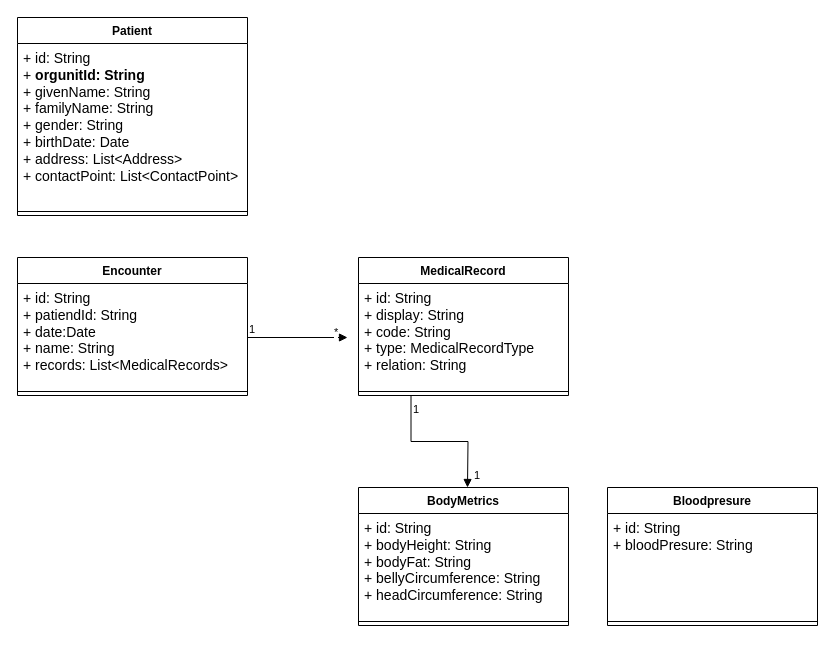
Above: doc/diagrams/Datamodel.drawio in goafabric/core-service (draw.io), before the change. Source tidied: cells renumbered, new cells numbered last; positions are measured from the earlier drawing's top-left corner, leaving out a move shared by most shapes. Both pictures are drawn from the tidied source at 100%, with x=0, y=0 at pixel (17, 17).
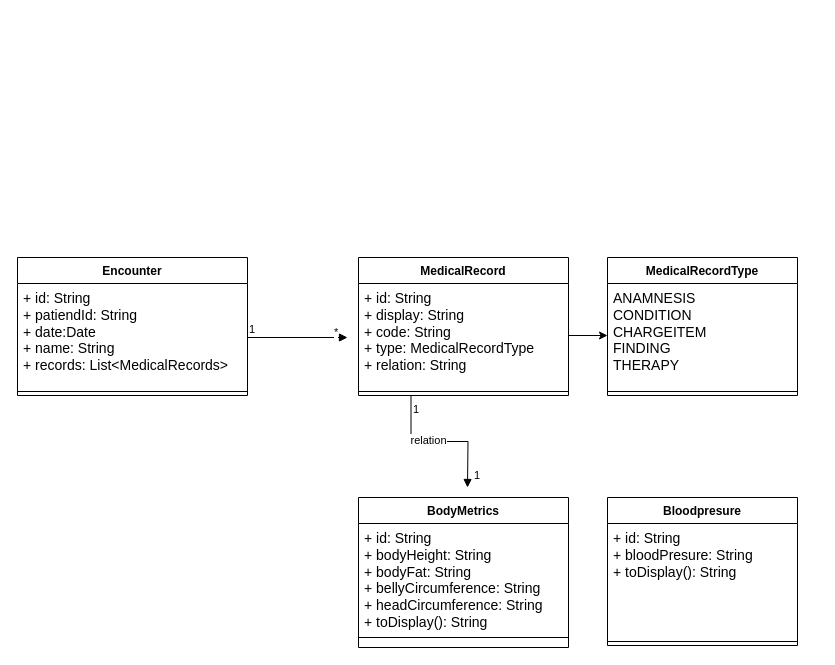
The same page after the edit.

The change refers to these unchanged cells:
```xml
<mxCell id="3" value="&lt;font style=&quot;font-size: 14px;&quot;&gt;+ id: String&lt;br&gt;+ display: String&lt;br&gt;+ code: String&lt;br&gt;+ type: MedicalRecordType&lt;br&gt;+ relation: String&lt;br&gt;&lt;/font&gt;" style="text;strokeColor=none;fillColor=none;align=left;verticalAlign=top;spacingLeft=4;spacingRight=4;overflow=hidden;points=[[0,0.5],[1,0.5]];portConstraint=eastwest;whiteSpace=wrap;html=1;" parent="2" vertex="1">
  <mxGeometry y="26" width="210" height="104" as="geometry" />
</mxCell>
<mxCell id="14" style="endArrow=block;endFill=1;html=1;edgeStyle=orthogonalEdgeStyle;align=left;verticalAlign=top;rounded=0;exitX=0.25;exitY=1;exitDx=0;exitDy=0;" parent="1" edge="1" source="2">
  <mxGeometry x="-1" relative="1" as="geometry">
    <mxPoint x="450" y="470" as="targetPoint" />
  </mxGeometry>
</mxCell>
```

What changed in the source:
```diff
@@
     <mxCell id="11" value="BodyMetrics" style="swimlane;fontStyle=1;align=center;verticalAlign=top;horizontal=1;startSize=26;whiteSpace=wrap;html=1;" parent="1" vertex="1">
-      <mxGeometry x="341" y="470" width="210" height="138" as="geometry" />
+      <mxGeometry x="341" y="480" width="210" height="150" as="geometry" />
     </mxCell>
-    <mxCell id="12" value="&lt;font style=&quot;font-size: 14px;&quot;&gt;+ id: String&lt;br&gt;+ bodyHeight: String&lt;br&gt;+ bodyFat: String&lt;br&gt;+ bellyCircumference&lt;span style=&quot;background-color: initial;&quot;&gt;: String&lt;/span&gt;&lt;br&gt;+ headCircumference&lt;span style=&quot;background-color: initial;&quot;&gt;: String&lt;/span&gt;&lt;br&gt;&lt;/font&gt;" style="text;strokeColor=none;fillColor=none;align=left;verticalAlign=top;spacingLeft=4;spacingRight=4;overflow=hidden;whiteSpace=wrap;html=1;" parent="11" vertex="1">
+    <mxCell id="12" value="&lt;font style=&quot;font-size: 14px;&quot;&gt;+ id: String&lt;br&gt;+ bodyHeight: String&lt;br&gt;+ bodyFat: String&lt;br&gt;+ bellyCircumference&lt;span style=&quot;background-color: initial;&quot;&gt;: String&lt;/span&gt;&lt;br&gt;+ headCircumference&lt;span style=&quot;background-color: initial;&quot;&gt;: String&lt;br&gt;&lt;/span&gt;+ toDisplay(): String&lt;br&gt;&lt;/font&gt;" style="text;strokeColor=none;fillColor=none;align=left;verticalAlign=top;spacingLeft=4;spacingRight=4;overflow=hidden;whiteSpace=wrap;html=1;" parent="11" vertex="1">
       <mxGeometry y="26" width="210" height="104" as="geometry" />
     </mxCell>
     <mxCell id="13" style="line;strokeWidth=1;fillColor=none;align=left;verticalAlign=middle;spacingTop=-1;spacingLeft=3;spacingRight=3;labelPosition=right;strokeColor=inherit;" parent="11" vertex="1">
-      <mxGeometry y="130" width="210" height="8" as="geometry" />
+      <mxGeometry y="130" width="210" height="20" as="geometry" />
     </mxCell>
@@
+    <mxCell id="23" value="relation" style="edgeLabel;html=1;align=center;verticalAlign=middle;" parent="14" vertex="1">
+      <mxGeometry x="-0.15" y="2" relative="1" as="geometry" />
+    </mxCell>
@@
     <mxCell id="17" value="Bloodpresure" style="swimlane;fontStyle=1;align=center;verticalAlign=top;horizontal=1;startSize=26;whiteSpace=wrap;html=1;" parent="1" vertex="1">
-      <mxGeometry x="590" y="470" width="210" height="138" as="geometry" />
+      <mxGeometry x="590" y="480" width="190" height="148" as="geometry" />
     </mxCell>
-    <mxCell id="18" value="&lt;font style=&quot;font-size: 14px;&quot;&gt;+ id: String&lt;br&gt;+ bloodPresure: String&lt;br&gt;&lt;/font&gt;" style="text;strokeColor=none;fillColor=none;align=left;verticalAlign=top;spacingLeft=4;spacingRight=4;overflow=hidden;whiteSpace=wrap;html=1;" parent="17" vertex="1">
-      <mxGeometry y="26" width="210" height="104" as="geometry" />
+    <mxCell id="18" value="&lt;font style=&quot;font-size: 14px;&quot;&gt;+ id: String&lt;br&gt;+ bloodPresure: String&lt;br&gt;+ toDisplay(): String&lt;br&gt;&lt;/font&gt;" style="text;strokeColor=none;fillColor=none;align=left;verticalAlign=top;spacingLeft=4;spacingRight=4;overflow=hidden;whiteSpace=wrap;html=1;" parent="17" vertex="1">
+      <mxGeometry y="26" width="190" height="114" as="geometry" />
     </mxCell>
     <mxCell id="19" style="line;strokeWidth=1;fillColor=none;align=left;verticalAlign=middle;spacingTop=-1;spacingLeft=3;spacingRight=3;labelPosition=right;strokeColor=inherit;" parent="17" vertex="1">
-      <mxGeometry y="130" width="210" height="8" as="geometry" />
+      <mxGeometry y="140" width="190" height="8" as="geometry" />
     </mxCell>
-    <mxCell id="20" value="Patient" style="swimlane;fontStyle=1;align=center;verticalAlign=top;horizontal=1;startSize=26;whiteSpace=wrap;html=1;" parent="1" vertex="1">
-      <mxGeometry width="230" height="198" as="geometry" />
-    </mxCell>
-    <mxCell id="21" value="&lt;font style=&quot;font-size: 14px;&quot;&gt;+ id: String&lt;br&gt;+ &lt;b&gt;orgunitId: String&lt;/b&gt;&lt;br&gt;+ givenName: String&lt;br&gt;+ familyName: String&lt;br&gt;+ gender: String&lt;br&gt;+ birthDate: Date&lt;br&gt;+ address: List&amp;lt;Address&amp;gt;&lt;br&gt;+ contactPoint: List&amp;lt;ContactPoint&amp;gt;&lt;br&gt;&lt;br&gt;&lt;/font&gt;" style="text;strokeColor=none;fillColor=none;align=left;verticalAlign=top;spacingLeft=4;spacingRight=4;overflow=hidden;whiteSpace=wrap;html=1;" parent="20" vertex="1">
-      <mxGeometry y="26" width="230" height="164" as="geometry" />
-    </mxCell>
-    <mxCell id="22" style="line;strokeWidth=1;fillColor=none;align=left;verticalAlign=middle;spacingTop=-1;spacingLeft=3;spacingRight=3;labelPosition=right;strokeColor=inherit;" parent="20" vertex="1">
-      <mxGeometry y="190" width="230" height="8" as="geometry" />
-    </mxCell>
+    <mxCell id="24" value="MedicalRecordType" style="swimlane;fontStyle=1;align=center;verticalAlign=top;horizontal=1;startSize=26;whiteSpace=wrap;html=1;" parent="1" vertex="1">
+      <mxGeometry x="590" y="240" width="190" height="138" as="geometry" />
+    </mxCell>
+    <mxCell id="25" value="&lt;font style=&quot;font-size: 14px;&quot;&gt;ANAMNESIS&lt;br&gt;CONDITION&lt;br&gt;CHARGEITEM&lt;br&gt;FINDING&lt;br&gt;THERAPY&lt;br&gt;&lt;/font&gt;" style="text;strokeColor=none;fillColor=none;align=left;verticalAlign=top;spacingLeft=4;spacingRight=4;overflow=hidden;points=[[0,0.5],[1,0.5]];portConstraint=eastwest;whiteSpace=wrap;html=1;" parent="24" vertex="1">
+      <mxGeometry y="26" width="190" height="104" as="geometry" />
+    </mxCell>
+    <mxCell id="26" style="line;strokeWidth=1;fillColor=none;align=left;verticalAlign=middle;spacingTop=-1;spacingLeft=3;spacingRight=3;labelPosition=right;strokeColor=inherit;" parent="24" vertex="1">
+      <mxGeometry y="130" width="190" height="8" as="geometry" />
+    </mxCell>
+    <mxCell id="27" style="edgeStyle=orthogonalEdgeStyle;rounded=0;jettySize=auto;html=1;" parent="1" edge="1" source="3" target="25">
+      <mxGeometry relative="1" as="geometry" />
+    </mxCell>
```
